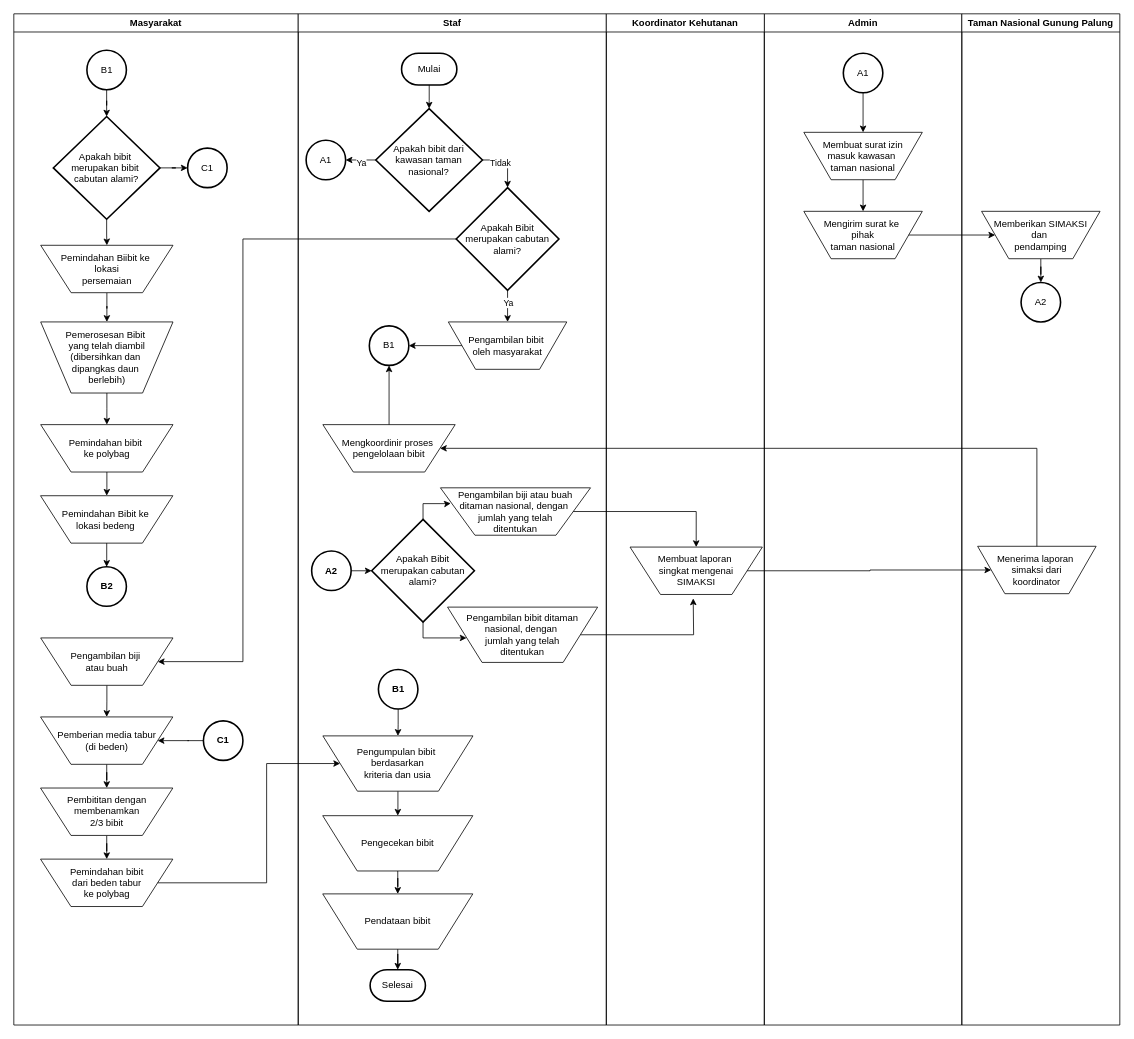
This is Alur sistem.drawio from daberpro/hmr, a draw.io file, before an edit. Source tidied: cells renumbered, new cells numbered last; positions are measured from the earlier drawing's top-left corner, leaving out a move shared by most shapes. Both pictures are drawn from the tidied source at 79%, with x=0, y=0 at pixel (13, 13).
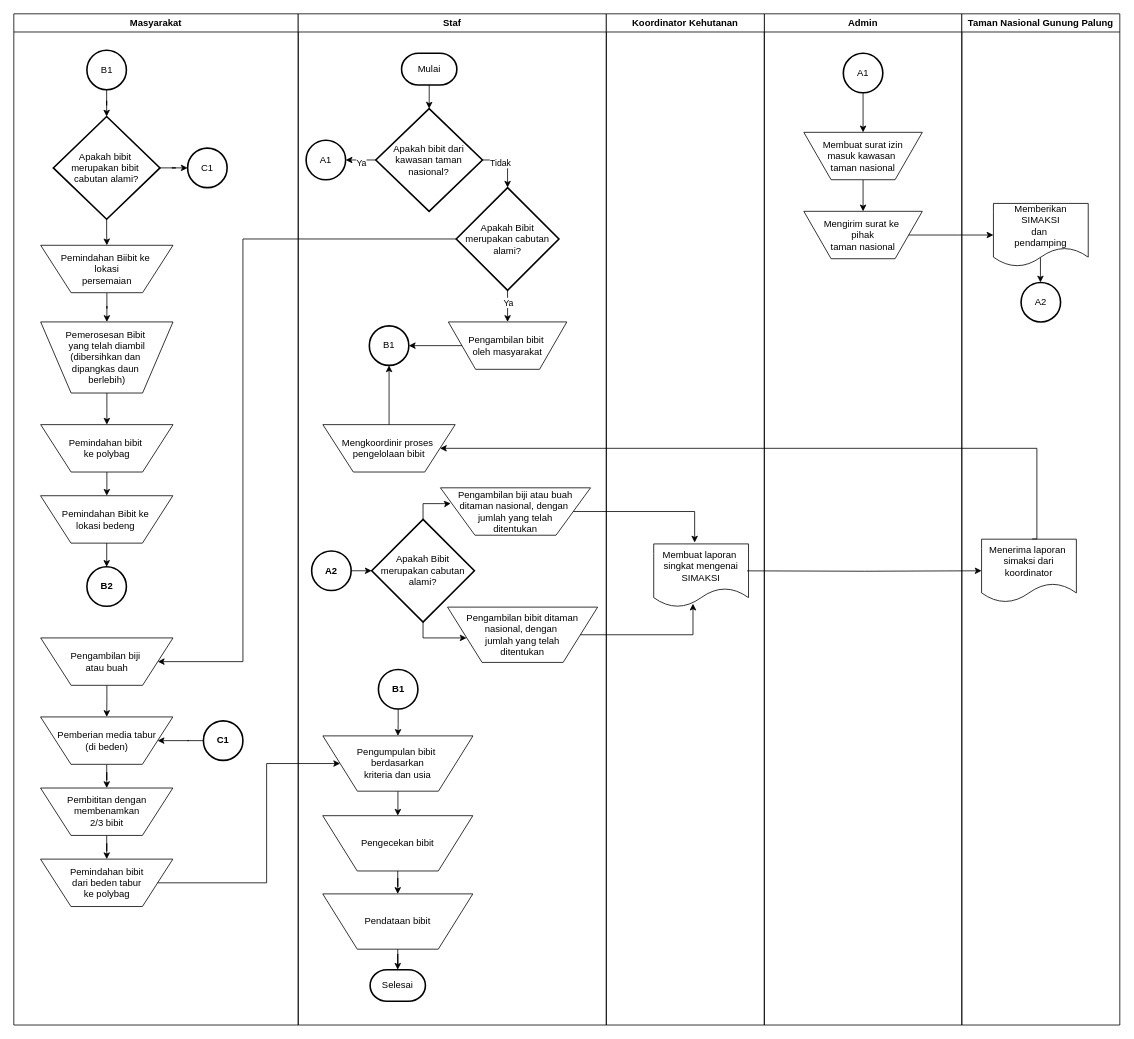
The same diagram, later.

The change refers to these unchanged cells:
```xml
<mxCell id="27" value="Staf" style="swimlane;whiteSpace=wrap;html=1;" parent="1" vertex="1">
  <mxGeometry x="360" width="390" height="1280" as="geometry" />
</mxCell>
<mxCell id="42" value="Mengkoordinir proses&amp;nbsp;&lt;div&gt;pengelolaan bibit&lt;/div&gt;" style="verticalLabelPosition=middle;verticalAlign=middle;html=1;shape=trapezoid;perimeter=trapezoidPerimeter;whiteSpace=wrap;size=0.23;arcSize=10;flipV=1;labelPosition=center;align=center;" parent="27" vertex="1">
  <mxGeometry x="31.2" y="520" width="167.5" height="60" as="geometry" />
</mxCell>
<mxCell id="49" value="Pengambilan biji atau buah ditaman nasional, dengan&amp;nbsp;&lt;div&gt;jumlah yang telah&lt;div&gt;ditentukan&lt;/div&gt;&lt;/div&gt;" style="verticalLabelPosition=middle;verticalAlign=middle;html=1;shape=trapezoid;perimeter=trapezoidPerimeter;whiteSpace=wrap;size=0.23;arcSize=10;flipV=1;labelPosition=center;align=center;" parent="27" vertex="1">
  <mxGeometry x="180" y="600" width="190" height="60" as="geometry" />
</mxCell>
<mxCell id="51" value="Pengambilan bibit ditaman nasional, dengan&amp;nbsp;&lt;div&gt;jumlah yang telah&lt;div&gt;ditentukan&lt;/div&gt;&lt;/div&gt;" style="verticalLabelPosition=middle;verticalAlign=middle;html=1;shape=trapezoid;perimeter=trapezoidPerimeter;whiteSpace=wrap;size=0.23;arcSize=10;flipV=1;labelPosition=center;align=center;" parent="27" vertex="1">
  <mxGeometry x="189" y="751" width="190" height="70" as="geometry" />
</mxCell>
<mxCell id="66" value="Mengirim surat ke&amp;nbsp;&lt;div&gt;pihak&lt;div&gt;taman nasional&lt;/div&gt;&lt;/div&gt;" style="verticalLabelPosition=middle;verticalAlign=middle;html=1;shape=trapezoid;perimeter=trapezoidPerimeter;whiteSpace=wrap;size=0.23;arcSize=10;flipV=1;labelPosition=center;align=center;" parent="61" vertex="1">
  <mxGeometry x="50" y="250" width="150" height="60" as="geometry" />
</mxCell>
<mxCell id="67" value="Taman Nasional Gunung Palung" style="swimlane;whiteSpace=wrap;html=1;" parent="1" vertex="1">
  <mxGeometry x="1200" width="200" height="1280" as="geometry" />
</mxCell>
<mxCell id="70" value="A2" style="strokeWidth=2;html=1;shape=mxgraph.flowchart.start_2;whiteSpace=wrap;" parent="67" vertex="1">
  <mxGeometry x="75" y="340" width="50" height="50" as="geometry" />
</mxCell>
<mxCell id="74" value="Koordinator Kehutanan" style="swimlane;whiteSpace=wrap;html=1;" parent="1" vertex="1">
  <mxGeometry x="750" width="200" height="1280" as="geometry" />
</mxCell>
```

Diff of the diagram source:
```diff
@@
-    <mxCell id="50" style="edgeStyle=orthogonalEdgeStyle;rounded=0;jettySize=auto;html=1;" parent="27" edge="1" source="51">
-      <mxGeometry relative="1" as="geometry">
-        <mxPoint x="500" y="740" as="targetPoint" />
-      </mxGeometry>
-    </mxCell>
@@
-    <mxCell id="68" style="edgeStyle=orthogonalEdgeStyle;rounded=0;jettySize=auto;html=1;" parent="67" edge="1" source="69" target="70">
+    <mxCell id="68" style="edgeStyle=orthogonalEdgeStyle;rounded=0;jettySize=auto;html=1;exitX=0.496;exitY=0.85;exitDx=0;exitDy=0;exitPerimeter=0;" parent="67" edge="1" source="69" target="70">
       <mxGeometry relative="1" as="geometry" />
     </mxCell>
-    <mxCell id="69" value="Memberikan SIMAKSI&lt;div&gt;dan&amp;nbsp;&lt;/div&gt;&lt;div&gt;pendamping&lt;/div&gt;" style="verticalLabelPosition=middle;verticalAlign=middle;html=1;shape=trapezoid;perimeter=trapezoidPerimeter;whiteSpace=wrap;size=0.23;arcSize=10;flipV=1;labelPosition=center;align=center;" parent="67" vertex="1">
-      <mxGeometry x="25" y="250" width="150" height="60" as="geometry" />
-    </mxCell>
@@
-    <mxCell id="71" value="Menerima laporan&amp;nbsp;&lt;div&gt;simaksi dari&lt;/div&gt;&lt;div&gt;koordinator&lt;/div&gt;" style="verticalLabelPosition=middle;verticalAlign=middle;html=1;shape=trapezoid;perimeter=trapezoidPerimeter;whiteSpace=wrap;size=0.23;arcSize=10;flipV=1;labelPosition=center;align=center;" parent="67" vertex="1">
-      <mxGeometry x="20" y="674" width="150" height="60" as="geometry" />
+    <mxCell id="71" value="Menerima laporan&amp;nbsp;&lt;div&gt;simaksi dari&lt;/div&gt;&lt;div&gt;koordinator&lt;/div&gt;" style="shape=document;whiteSpace=wrap;html=1;boundedLbl=1;" parent="67" vertex="1">
+      <mxGeometry x="25" y="665" width="120" height="80" as="geometry" />
     </mxCell>
+    <mxCell id="69" value="Memberikan SIMAKSI&lt;div&gt;dan&amp;nbsp;&lt;/div&gt;&lt;div&gt;pendamping&lt;/div&gt;" style="shape=document;whiteSpace=wrap;html=1;boundedLbl=1;" parent="67" vertex="1">
+      <mxGeometry x="40" y="240" width="120" height="80" as="geometry" />
+    </mxCell>
@@
-    <mxCell id="75" value="Membuat laporan&amp;nbsp;&lt;div&gt;singkat mengenai&lt;/div&gt;&lt;div&gt;SIMAKSI&lt;/div&gt;" style="verticalLabelPosition=middle;verticalAlign=middle;html=1;shape=trapezoid;perimeter=trapezoidPerimeter;whiteSpace=wrap;size=0.23;arcSize=10;flipV=1;labelPosition=center;align=center;" parent="74" vertex="1">
-      <mxGeometry x="30" y="675" width="167.5" height="60" as="geometry" />
+    <mxCell id="75" value="Membuat laporan&amp;nbsp;&lt;div&gt;singkat mengenai&lt;/div&gt;&lt;div&gt;SIMAKSI&lt;/div&gt;" style="shape=document;whiteSpace=wrap;html=1;boundedLbl=1;" parent="74" vertex="1">
+      <mxGeometry x="60" y="671" width="120" height="80" as="geometry" />
     </mxCell>
-    <mxCell id="76" style="edgeStyle=orthogonalEdgeStyle;rounded=0;jettySize=auto;html=1;entryX=0.5;entryY=0;entryDx=0;entryDy=0;" parent="1" edge="1" source="49" target="75">
+    <mxCell id="76" style="edgeStyle=orthogonalEdgeStyle;rounded=0;jettySize=auto;html=1;entryX=0.432;entryY=-0.022;entryDx=0;entryDy=0;entryPerimeter=0;" parent="1" edge="1" source="49" target="75">
       <mxGeometry relative="1" as="geometry" />
     </mxCell>
-    <mxCell id="77" style="edgeStyle=orthogonalEdgeStyle;rounded=0;jettySize=auto;html=1;entryX=0;entryY=0.5;entryDx=0;entryDy=0;" parent="1" edge="1" source="66" target="69">
-      <mxGeometry relative="1" as="geometry" />
+    <mxCell id="77" style="edgeStyle=orthogonalEdgeStyle;rounded=0;jettySize=auto;html=1;" parent="1" edge="1" source="66">
+      <mxGeometry relative="1" as="geometry">
+        <mxPoint x="1240" y="280" as="targetPoint" />
+      </mxGeometry>
     </mxCell>
-    <mxCell id="78" style="edgeStyle=orthogonalEdgeStyle;rounded=0;jettySize=auto;html=1;entryX=0;entryY=0.5;entryDx=0;entryDy=0;" parent="1" edge="1" source="75" target="71">
-      <mxGeometry relative="1" as="geometry" />
+    <mxCell id="78" style="edgeStyle=orthogonalEdgeStyle;rounded=0;jettySize=auto;html=1;entryX=0;entryY=0.5;entryDx=0;entryDy=0;" parent="1" edge="1" target="71">
+      <mxGeometry relative="1" as="geometry">
+        <mxPoint x="928.2" y="705.1" as="sourcePoint" />
+      </mxGeometry>
     </mxCell>
-    <mxCell id="79" style="edgeStyle=orthogonalEdgeStyle;rounded=0;jettySize=auto;html=1;entryX=1;entryY=0.5;entryDx=0;entryDy=0;" parent="1" edge="1" source="71" target="42">
+    <mxCell id="79" style="edgeStyle=orthogonalEdgeStyle;rounded=0;jettySize=auto;html=1;entryX=1;entryY=0.5;entryDx=0;entryDy=0;exitX=0.533;exitY=-0.004;exitDx=0;exitDy=0;exitPerimeter=0;" parent="1" edge="1" source="71" target="42">
       <mxGeometry relative="1" as="geometry">
         <Array as="points">
+          <mxPoint x="1295" y="665" />
           <mxPoint x="1295" y="550" />
         </Array>
       </mxGeometry>
     </mxCell>
+    <mxCell id="50" style="edgeStyle=orthogonalEdgeStyle;rounded=0;jettySize=auto;html=1;entryX=0.414;entryY=0.946;entryDx=0;entryDy=0;entryPerimeter=0;" parent="1" edge="1" source="51" target="75">
+      <mxGeometry relative="1" as="geometry">
+        <Array as="points">
+          <mxPoint x="860" y="786" />
+          <mxPoint x="860" y="747" />
+        </Array>
+      </mxGeometry>
+    </mxCell>
```
